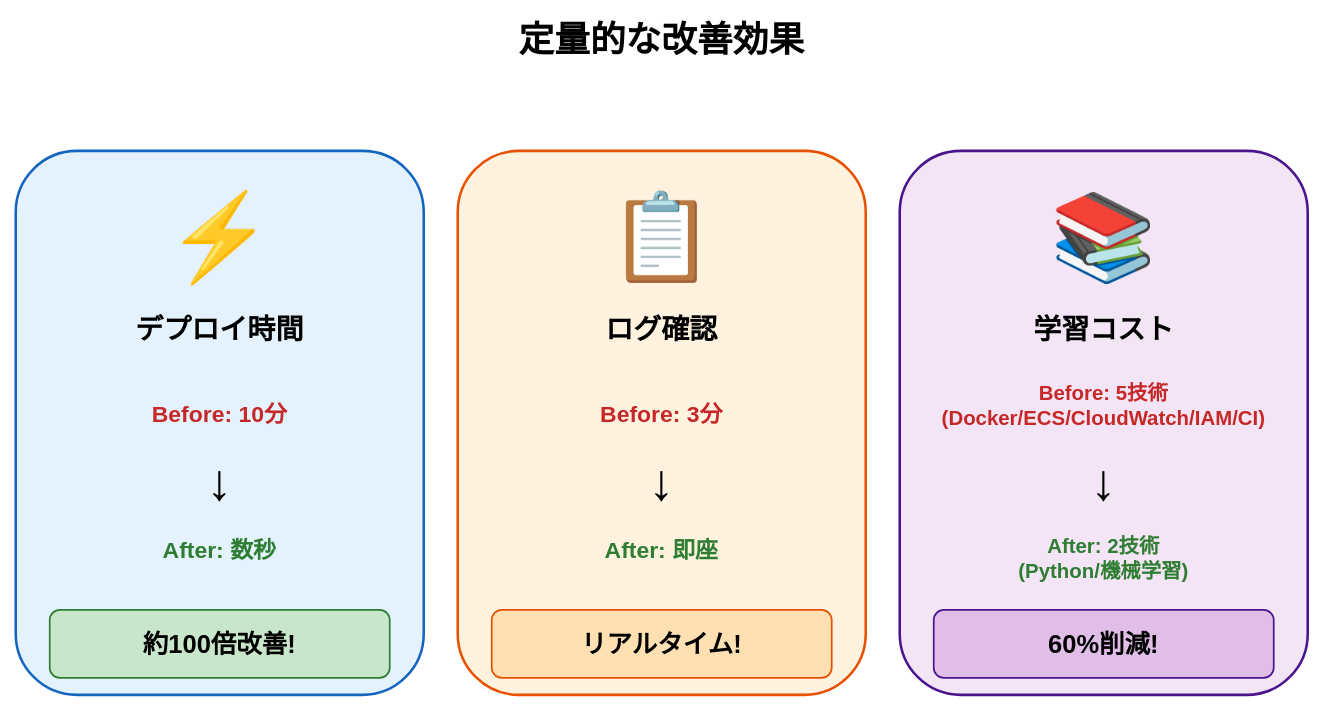
Above: assets/2025-11-07-tamesare-data-sapporo/quantitative-improvement.drawio in i9wa4/i9wa4.github.io (draw.io), before the change. Source tidied: cells renumbered, new cells numbered last; positions are measured from the earlier drawing's top-left corner, leaving out a move shared by most shapes. Both pictures are drawn from the tidied source at 85%, with x=0, y=0 at pixel (15, 14).
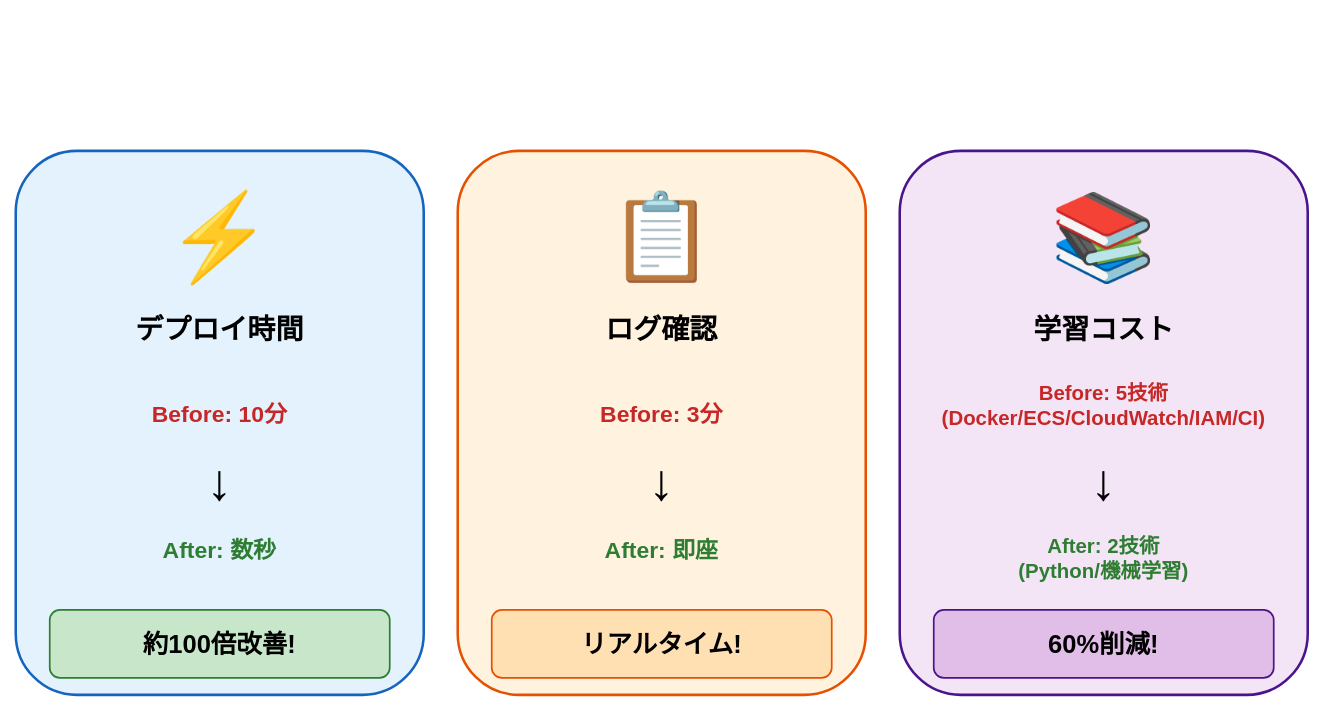
The same page after the edit.

Change to the diagram source:
```diff
@@
-    <mxCell id="2" value="定量的な改善効果" style="text;html=1;strokeColor=none;fillColor=none;align=center;verticalAlign=middle;whiteSpace=wrap;rounded=0;fontSize=42;fontStyle=1;" parent="1" vertex="1">
-      <mxGeometry x="460" width="600" height="60" as="geometry" />
-    </mxCell>
```
